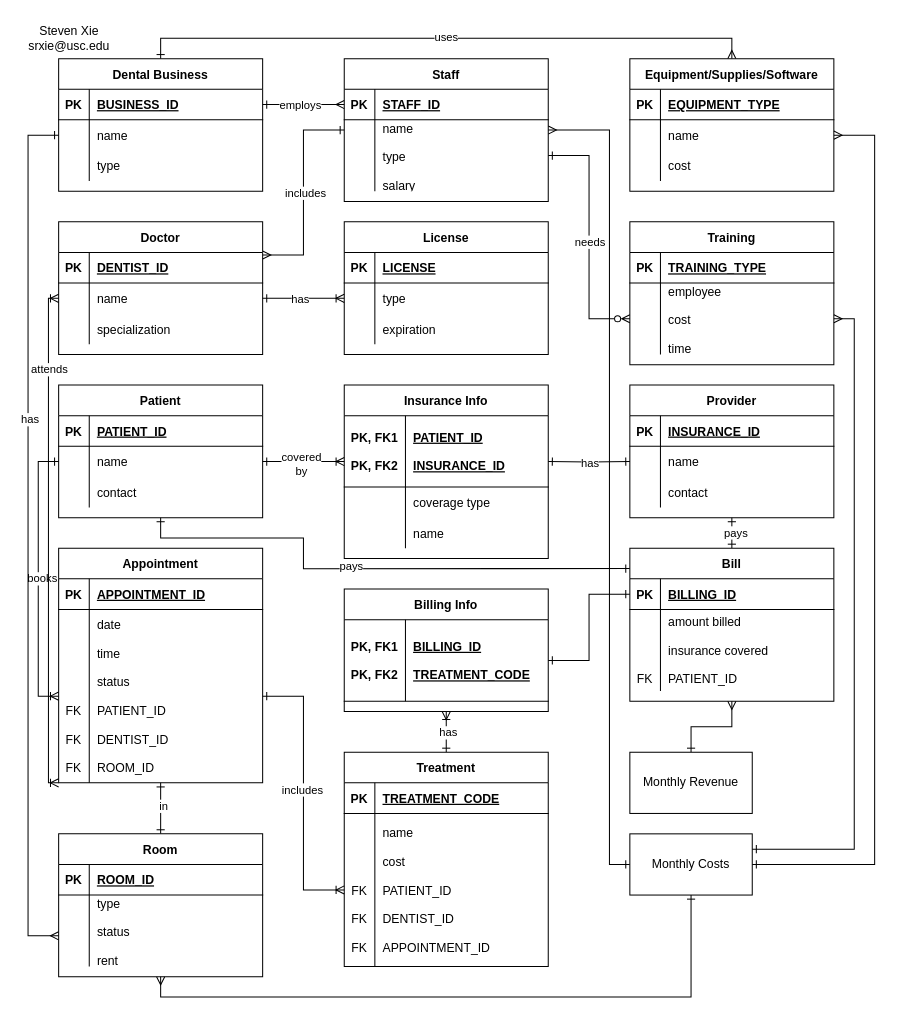
Earlier version of the draw.io diagram hw1.drawio (khiro-ptera/cs585). Source tidied: cells renumbered, new cells numbered last; positions are measured from the earlier drawing's top-left corner, leaving out a move shared by most shapes. Both pictures are drawn from the tidied source at 102%, with x=0, y=0 at pixel (17, 17).
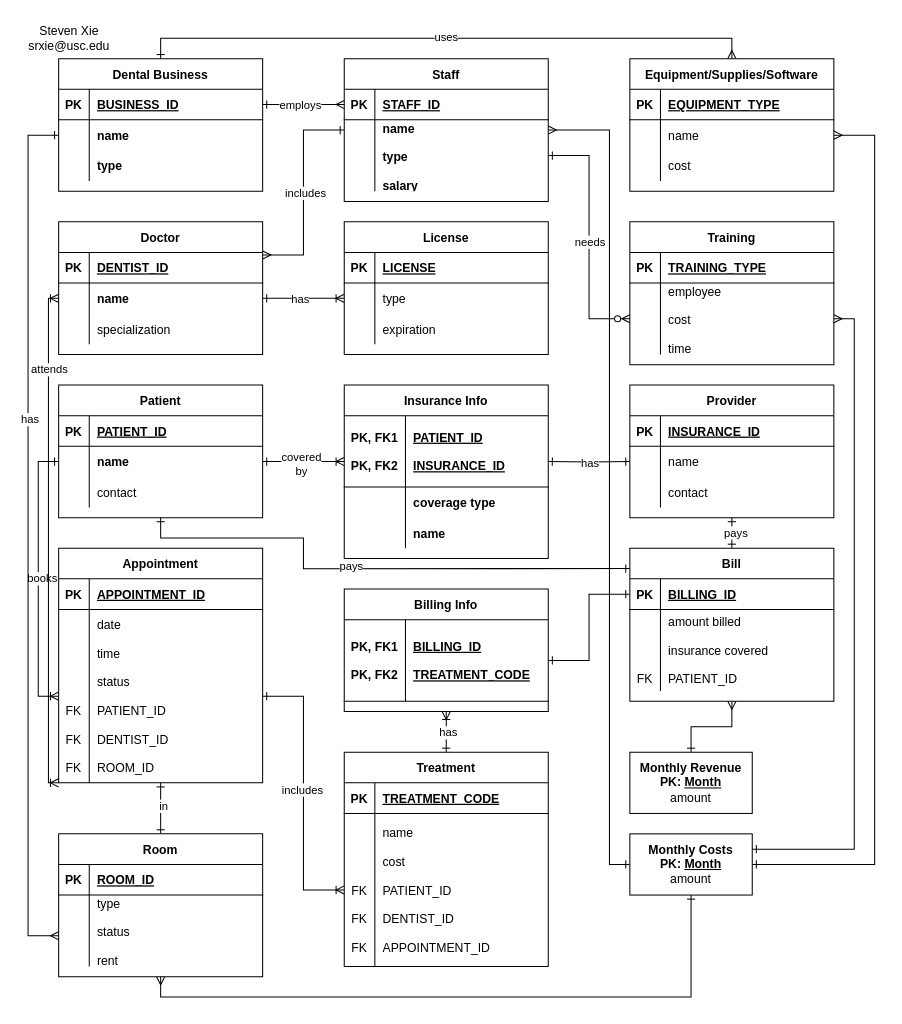
Above is the later version.

The change refers to these unchanged cells:
```xml
<mxCell id="13" style="shape=partialRectangle;fillColor=none;points=[[0,0.5],[1,0.5]];portConstraint=eastwest;top=0;left=0;right=0;bottom=0;" parent="9" vertex="1">
  <mxGeometry y="60" width="200" height="70" as="geometry" />
</mxCell>
<mxCell id="32" style="shape=partialRectangle;fillColor=none;points=[[0,0.5],[1,0.5]];portConstraint=eastwest;top=0;left=0;right=0;bottom=0;" parent="28" vertex="1">
  <mxGeometry y="60" width="200" height="30" as="geometry" />
</mxCell>
<mxCell id="35" style="shape=partialRectangle;fillColor=none;top=0;left=0;right=0;bottom=0;" parent="28" vertex="1">
  <mxGeometry y="90" width="200" height="30" as="geometry" />
</mxCell>
<mxCell id="42" style="shape=partialRectangle;fillColor=none;points=[[0,0.5],[1,0.5]];portConstraint=eastwest;top=0;left=0;right=0;bottom=0;" parent="38" vertex="1">
  <mxGeometry y="60" width="200" height="30" as="geometry" />
</mxCell>
<mxCell id="72" style="shape=partialRectangle;fillColor=none;points=[[0,0.5],[1,0.5]];portConstraint=eastwest;top=0;left=0;right=0;bottom=0;" parent="68" vertex="1">
  <mxGeometry y="60" width="200" height="30" as="geometry" />
</mxCell>
<mxCell id="115" style="shape=partialRectangle;fillColor=none;points=[[0,0.5],[1,0.5]];portConstraint=eastwest;top=0;left=0;right=0;bottom=0;" parent="111" vertex="1">
  <mxGeometry y="60" width="200" height="170" as="geometry" />
</mxCell>
<mxCell id="148" style="shape=partialRectangle;fillColor=none;top=0;left=0;right=0;bottom=0;" parent="144" vertex="1">
  <mxGeometry y="100" width="200" height="30" as="geometry" />
</mxCell>
<mxCell id="151" style="shape=partialRectangle;fillColor=none;top=0;left=0;right=0;bottom=0;" parent="144" vertex="1">
  <mxGeometry y="130" width="200" height="30" as="geometry" />
</mxCell>
```

Diff of the diagram source:
```diff
@@
-<mxGraphModel>
+<mxGraphModel background="#FFFFFF">
@@
-    <mxCell id="15" value="name&#10;&#10;type&#10;&#10;salary" style="shape=partialRectangle;overflow=hidden;fillColor=none;top=0;left=0;bottom=0;right=0;align=left;spacingLeft=6;" parent="13" vertex="1">
+    <mxCell id="15" value="name&#10;&#10;type&#10;&#10;salary" style="shape=partialRectangle;overflow=hidden;fillColor=none;top=0;left=0;bottom=0;right=0;align=left;spacingLeft=6;fontStyle=1;" parent="13" vertex="1">
       <mxGeometry x="30" width="170" height="70" as="geometry" />
     </mxCell>
@@
-    <mxCell id="34" value="name" style="shape=partialRectangle;overflow=hidden;fillColor=none;top=0;left=0;bottom=0;right=0;align=left;spacingLeft=6;" parent="32" vertex="1">
+    <mxCell id="34" value="name" style="shape=partialRectangle;overflow=hidden;fillColor=none;top=0;left=0;bottom=0;right=0;align=left;spacingLeft=6;fontStyle=1;" parent="32" vertex="1">
       <mxGeometry x="30" width="170" height="30" as="geometry" />
     </mxCell>
@@
-    <mxCell id="37" value="type" style="shape=partialRectangle;overflow=hidden;fillColor=none;top=0;left=0;bottom=0;right=0;align=left;spacingLeft=6;" parent="35" vertex="1">
+    <mxCell id="37" value="type" style="shape=partialRectangle;overflow=hidden;fillColor=none;top=0;left=0;bottom=0;right=0;align=left;spacingLeft=6;fontStyle=1;" parent="35" vertex="1">
       <mxGeometry x="30" width="170" height="30" as="geometry" />
     </mxCell>
@@
-    <mxCell id="44" value="name" style="shape=partialRectangle;overflow=hidden;fillColor=none;top=0;left=0;bottom=0;right=0;align=left;spacingLeft=6;" parent="42" vertex="1">
+    <mxCell id="44" value="name" style="shape=partialRectangle;overflow=hidden;fillColor=none;top=0;left=0;bottom=0;right=0;align=left;spacingLeft=6;fontStyle=1;" parent="42" vertex="1">
       <mxGeometry x="30" width="170" height="30" as="geometry" />
     </mxCell>
@@
-    <mxCell id="74" value="name" style="shape=partialRectangle;overflow=hidden;fillColor=none;top=0;left=0;bottom=0;right=0;align=left;spacingLeft=6;" parent="72" vertex="1">
+    <mxCell id="74" value="name" style="shape=partialRectangle;overflow=hidden;fillColor=none;top=0;left=0;bottom=0;right=0;align=left;spacingLeft=6;fontStyle=1;" parent="72" vertex="1">
       <mxGeometry x="30" width="170" height="30" as="geometry" />
     </mxCell>
@@
-    <mxCell id="117" value="date&#10;&#10;time&#10;&#10;status&#10;&#10;PATIENT_ID&#10;&#10;DENTIST_ID&#10;&#10;ROOM_ID" style="shape=partialRectangle;overflow=hidden;fillColor=none;top=0;left=0;bottom=0;right=0;align=left;spacingLeft=6;" parent="115" vertex="1">
+    <mxCell id="117" value="date&#10;&#10;time&#10;&#10;status&#10;&#10;PATIENT_ID&#10;&#10;DENTIST_ID&#10;&#10;ROOM_ID" style="shape=partialRectangle;overflow=hidden;fillColor=none;top=0;left=0;bottom=0;right=0;align=left;spacingLeft=6;fontStyle=0;" parent="115" vertex="1">
       <mxGeometry x="30" width="170" height="170" as="geometry" />
     </mxCell>
@@
-    <mxCell id="150" value="coverage type" style="shape=partialRectangle;overflow=hidden;fillColor=none;top=0;left=0;bottom=0;right=0;align=left;spacingLeft=6;" parent="148" vertex="1">
+    <mxCell id="150" value="coverage type" style="shape=partialRectangle;overflow=hidden;fillColor=none;top=0;left=0;bottom=0;right=0;align=left;spacingLeft=6;fontStyle=1;" parent="148" vertex="1">
       <mxGeometry x="60" width="140" height="30" as="geometry" />
     </mxCell>
@@
-    <mxCell id="153" value="name" style="shape=partialRectangle;overflow=hidden;fillColor=none;top=0;left=0;bottom=0;right=0;align=left;spacingLeft=6;" parent="151" vertex="1">
+    <mxCell id="153" value="name" style="shape=partialRectangle;overflow=hidden;fillColor=none;top=0;left=0;bottom=0;right=0;align=left;spacingLeft=6;fontStyle=1;" parent="151" vertex="1">
       <mxGeometry x="60" width="140" height="30" as="geometry" />
     </mxCell>
-    <mxCell id="154" value="Monthly Revenue" style="rounded=0;whiteSpace=wrap;html=1;" parent="1" vertex="1">
+    <mxCell id="154" value="&lt;b&gt;Monthly Revenue&lt;/b&gt;&lt;div&gt;&lt;b&gt;PK: &lt;u&gt;Month&lt;/u&gt;&lt;/b&gt;&lt;/div&gt;&lt;div&gt;amount&lt;/div&gt;" style="rounded=0;whiteSpace=wrap;html=1;" parent="1" vertex="1">
       <mxGeometry x="600" y="720" width="120" height="60" as="geometry" />
     </mxCell>
-    <mxCell id="155" value="Monthly Costs" style="rounded=0;whiteSpace=wrap;html=1;" parent="1" vertex="1">
+    <mxCell id="155" value="&lt;b&gt;Monthly Costs&lt;/b&gt;&lt;div&gt;&lt;b&gt;PK: &lt;u&gt;Month&lt;/u&gt;&lt;/b&gt;&lt;/div&gt;&lt;div&gt;amount&lt;/div&gt;" style="rounded=0;whiteSpace=wrap;html=1;" parent="1" vertex="1">
       <mxGeometry x="600" y="800" width="120" height="60" as="geometry" />
     </mxCell>
```
